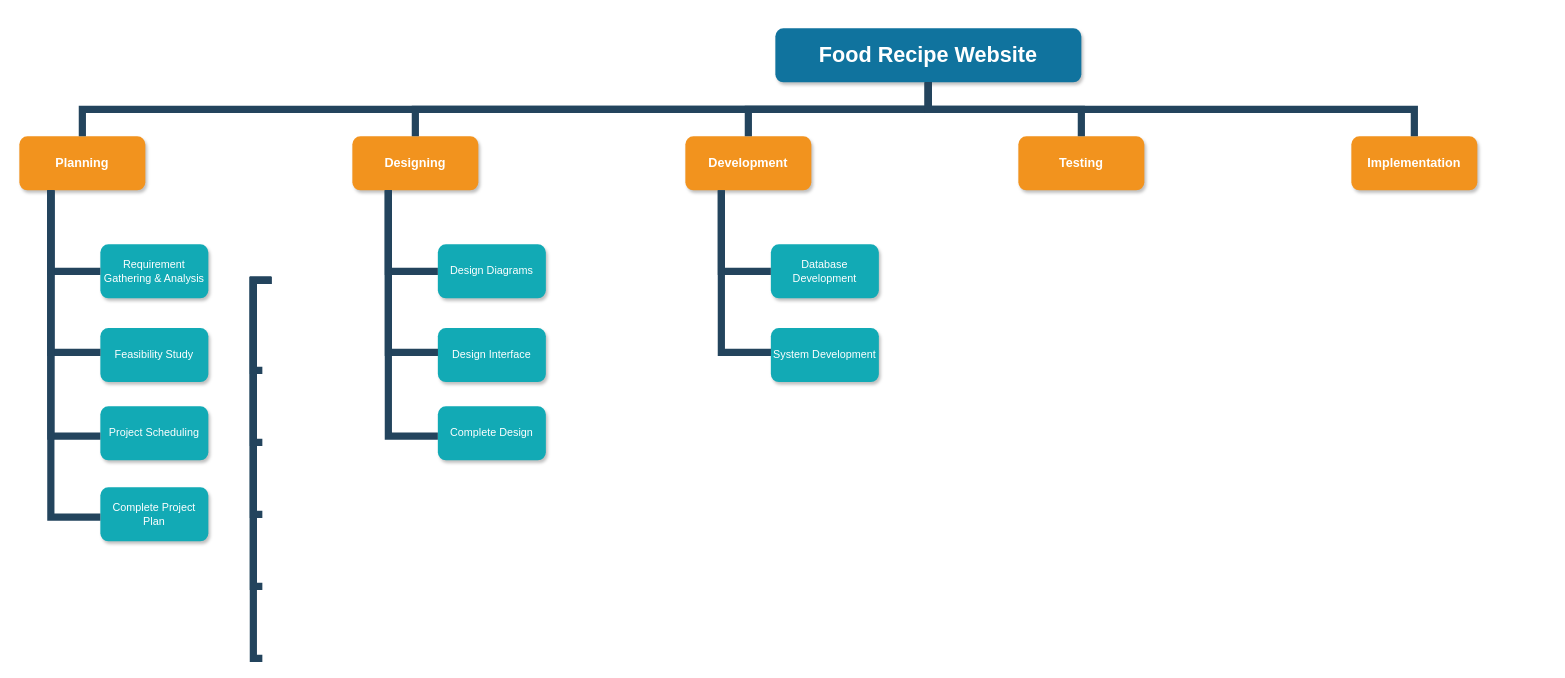
Above: WBS Recipe Web.drawio in ziard47/Diagram (draw.io), before the change. Source tidied: cells renumbered, new cells numbered last; positions are measured from the earlier drawing's top-left corner, leaving out a move shared by most shapes. Both pictures are drawn from the tidied source at 90%, with x=0, y=0 at pixel (19, 28).
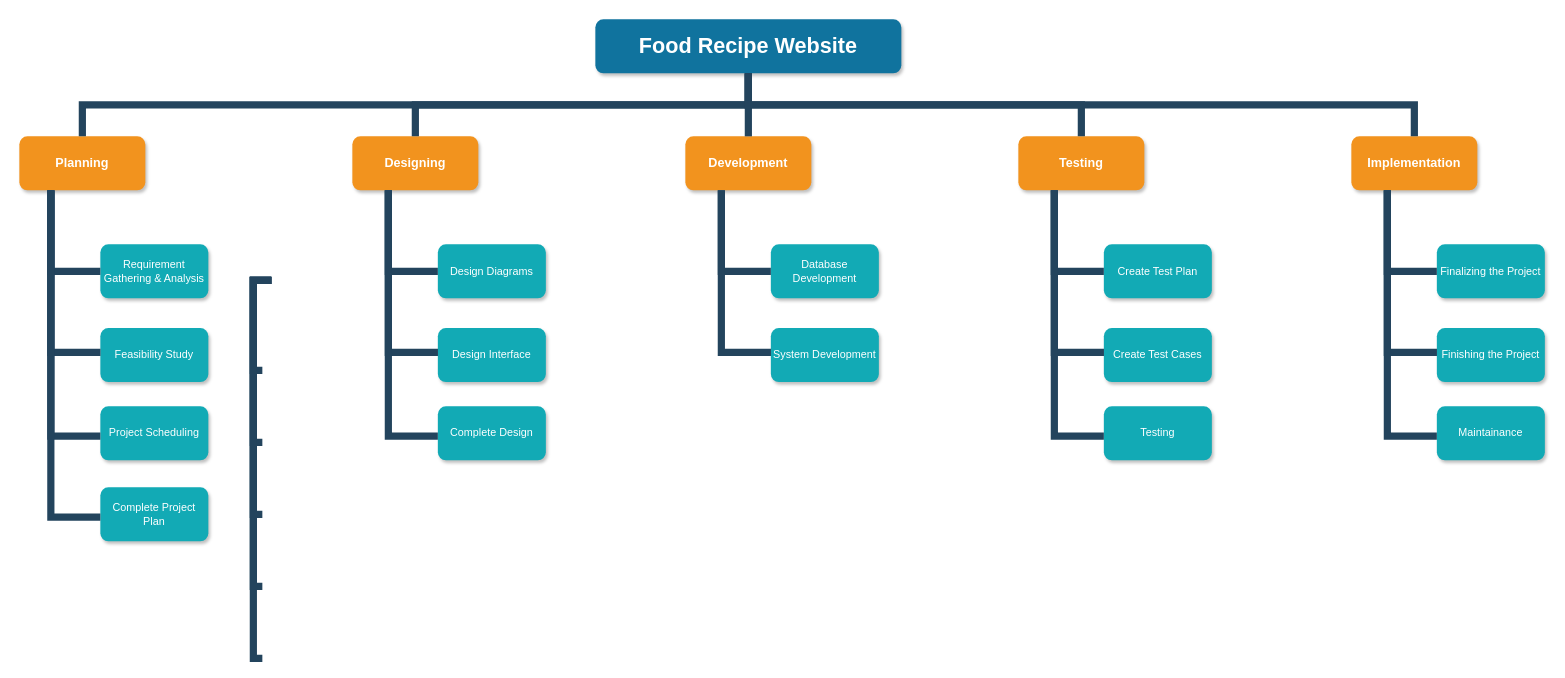
The same page after the edit.

Diff of the diagram source:
```diff
@@
     <mxCell id="2" value="Food Recipe Website" style="whiteSpace=wrap;rounded=1;shadow=1;fillColor=#10739E;strokeColor=none;fontColor=#FFFFFF;fontStyle=1;fontSize=24;" parent="1" vertex="1">
-      <mxGeometry x="840" width="340" height="60" as="geometry" />
+      <mxGeometry x="640" y="-10" width="340" height="60" as="geometry" />
     </mxCell>
@@
+    <mxCell id="36" value="Create Test Plan" style="whiteSpace=wrap;rounded=1;fillColor=#12AAB5;strokeColor=none;shadow=1;fontColor=#FFFFFF;" parent="1" vertex="1">
+      <mxGeometry x="1205" y="240" width="120" height="60" as="geometry" />
+    </mxCell>
+    <mxCell id="37" style="edgeStyle=elbowEdgeStyle;elbow=vertical;rounded=0;fontColor=#000000;endArrow=none;endFill=0;strokeWidth=8;strokeColor=#23445D;exitX=0.25;exitY=1;exitDx=0;exitDy=0;entryX=0;entryY=0.5;entryDx=0;entryDy=0;" parent="1" edge="1" target="36">
+      <mxGeometry relative="1" as="geometry">
+        <mxPoint x="1150" y="180" as="sourcePoint" />
+        <Array as="points">
+          <mxPoint x="1175" y="270" />
+        </Array>
+      </mxGeometry>
+    </mxCell>
+    <mxCell id="38" value="Create Test Cases" style="whiteSpace=wrap;rounded=1;fillColor=#12AAB5;strokeColor=none;shadow=1;fontColor=#FFFFFF;" parent="1" vertex="1">
+      <mxGeometry x="1205" y="333" width="120" height="60" as="geometry" />
+    </mxCell>
+    <mxCell id="39" value="Testing" style="whiteSpace=wrap;rounded=1;fillColor=#12AAB5;strokeColor=none;shadow=1;fontColor=#FFFFFF;" parent="1" vertex="1">
+      <mxGeometry x="1205" y="420" width="120" height="60" as="geometry" />
+    </mxCell>
+    <mxCell id="40" style="edgeStyle=elbowEdgeStyle;elbow=vertical;rounded=0;fontColor=#000000;endArrow=none;endFill=0;strokeWidth=8;strokeColor=#23445D;exitX=0.25;exitY=1;exitDx=0;exitDy=0;entryX=0.001;entryY=0.451;entryDx=0;entryDy=0;entryPerimeter=0;" parent="1" edge="1" target="38">
+      <mxGeometry relative="1" as="geometry">
+        <mxPoint x="1150" y="180" as="sourcePoint" />
+        <Array as="points">
+          <mxPoint x="1175" y="360" />
+        </Array>
+      </mxGeometry>
+    </mxCell>
+    <mxCell id="41" style="edgeStyle=elbowEdgeStyle;elbow=vertical;rounded=0;fontColor=#000000;endArrow=none;endFill=0;strokeWidth=8;strokeColor=#23445D;entryX=0.001;entryY=0.451;entryDx=0;entryDy=0;entryPerimeter=0;exitX=0.25;exitY=1;exitDx=0;exitDy=0;" parent="1" edge="1">
+      <mxGeometry relative="1" as="geometry">
+        <mxPoint x="1150" y="180" as="sourcePoint" />
+        <mxPoint x="1205" y="453" as="targetPoint" />
+        <Array as="points">
+          <mxPoint x="1175" y="453" />
+        </Array>
+      </mxGeometry>
+    </mxCell>
+    <mxCell id="42" value="Finalizing the Project" style="whiteSpace=wrap;rounded=1;fillColor=#12AAB5;strokeColor=none;shadow=1;fontColor=#FFFFFF;" parent="1" vertex="1">
+      <mxGeometry x="1575" y="240" width="120" height="60" as="geometry" />
+    </mxCell>
+    <mxCell id="43" style="edgeStyle=elbowEdgeStyle;elbow=vertical;rounded=0;fontColor=#000000;endArrow=none;endFill=0;strokeWidth=8;strokeColor=#23445D;exitX=0.25;exitY=1;exitDx=0;exitDy=0;entryX=0;entryY=0.5;entryDx=0;entryDy=0;" parent="1" edge="1" target="42">
+      <mxGeometry relative="1" as="geometry">
+        <mxPoint x="1520" y="180" as="sourcePoint" />
+        <Array as="points">
+          <mxPoint x="1545" y="270" />
+        </Array>
+      </mxGeometry>
+    </mxCell>
+    <mxCell id="44" value="Finishing the Project" style="whiteSpace=wrap;rounded=1;fillColor=#12AAB5;strokeColor=none;shadow=1;fontColor=#FFFFFF;" parent="1" vertex="1">
+      <mxGeometry x="1575" y="333" width="120" height="60" as="geometry" />
+    </mxCell>
+    <mxCell id="45" value="Maintainance" style="whiteSpace=wrap;rounded=1;fillColor=#12AAB5;strokeColor=none;shadow=1;fontColor=#FFFFFF;" parent="1" vertex="1">
+      <mxGeometry x="1575" y="420" width="120" height="60" as="geometry" />
+    </mxCell>
+    <mxCell id="46" style="edgeStyle=elbowEdgeStyle;elbow=vertical;rounded=0;fontColor=#000000;endArrow=none;endFill=0;strokeWidth=8;strokeColor=#23445D;exitX=0.25;exitY=1;exitDx=0;exitDy=0;entryX=0.001;entryY=0.451;entryDx=0;entryDy=0;entryPerimeter=0;" parent="1" edge="1" target="44">
+      <mxGeometry relative="1" as="geometry">
+        <mxPoint x="1520" y="180" as="sourcePoint" />
+        <Array as="points">
+          <mxPoint x="1545" y="360" />
+        </Array>
+      </mxGeometry>
+    </mxCell>
+    <mxCell id="47" style="edgeStyle=elbowEdgeStyle;elbow=vertical;rounded=0;fontColor=#000000;endArrow=none;endFill=0;strokeWidth=8;strokeColor=#23445D;entryX=0.001;entryY=0.451;entryDx=0;entryDy=0;entryPerimeter=0;exitX=0.25;exitY=1;exitDx=0;exitDy=0;" parent="1" edge="1">
+      <mxGeometry relative="1" as="geometry">
+        <mxPoint x="1520" y="180" as="sourcePoint" />
+        <mxPoint x="1575" y="453" as="targetPoint" />
+        <Array as="points">
+          <mxPoint x="1545" y="453" />
+        </Array>
+      </mxGeometry>
+    </mxCell>
```
